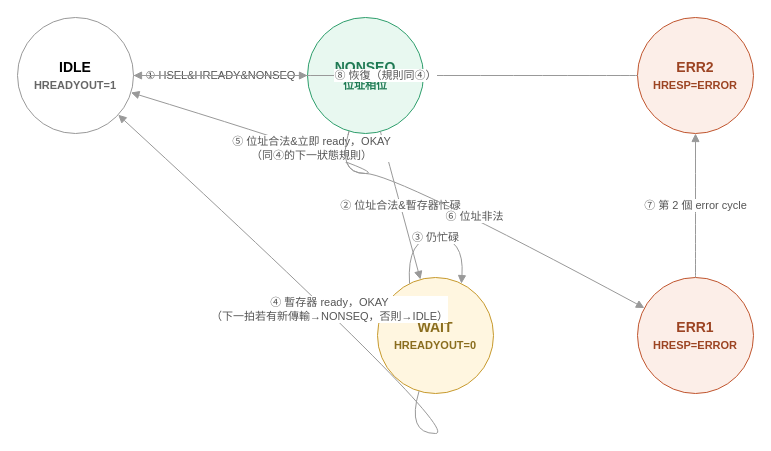
Above: Upload/ahb_slave_fsm.drawio in shj-F115112128/SOC_Practice (draw.io), before the change. Source tidied: cells renumbered, new cells numbered last; positions are measured from the earlier drawing's top-left corner, leaving out a move shared by most shapes. Both pictures are drawn from the tidied source at 100%, with x=0, y=0 at pixel (17, 17).
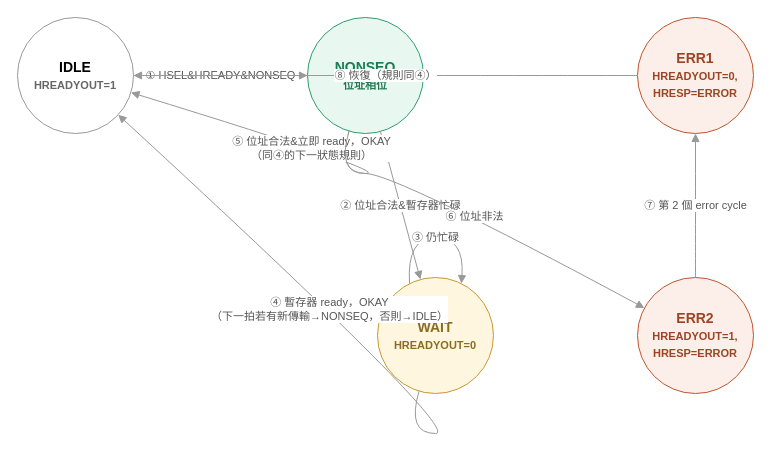
Above is the later version.

Commit message (it also covers changes not shown here):
Fix ERR1/ERR2 order in ahb_slave_fsm to match the VHDL

The diagram had NONSEQ -> ERR2 -> ERR1 -> IDLE; the actual RTL
(rtl/ahb_uart_slave_wrapper.vhd) is NONSEQ -> ERR1 -> ERR2 -> IDLE.
Swapped the two states' labels (and added HREADYOUT=0/1 to their
subtitles to distinguish the two error cycles) so the diagram matches
the implementation.

Diff of the diagram source:
```diff
@@
-    <mxCell id="5" value="ERR1&#10;&lt;font style=&quot;font-size:11px&quot; color=&quot;#9C4423&quot;&gt;HRESP=ERROR&lt;/font&gt;" style="ellipse;whiteSpace=wrap;html=1;fillColor=#FCEEE8;strokeColor=#C0552E;fontColor=#9C4423;fontSize=14;fontStyle=1;" parent="1" vertex="1">
+    <mxCell id="5" value="ERR2&#10;&lt;font style=&quot;font-size:11px&quot; color=&quot;#9C4423&quot;&gt;HREADYOUT=1, HRESP=ERROR&lt;/font&gt;" style="ellipse;whiteSpace=wrap;html=1;fillColor=#FCEEE8;strokeColor=#C0552E;fontColor=#9C4423;fontSize=14;fontStyle=1;" parent="1" vertex="1">
       <mxGeometry x="620" y="260" width="116" height="116" as="geometry" />
     </mxCell>
-    <mxCell id="6" value="ERR2&#10;&lt;font style=&quot;font-size:11px&quot; color=&quot;#9C4423&quot;&gt;HRESP=ERROR&lt;/font&gt;" style="ellipse;whiteSpace=wrap;html=1;fillColor=#FCEEE8;strokeColor=#C0552E;fontColor=#9C4423;fontSize=14;fontStyle=1;" parent="1" vertex="1">
+    <mxCell id="6" value="ERR1&#10;&lt;font style=&quot;font-size:11px&quot; color=&quot;#9C4423&quot;&gt;HREADYOUT=0, HRESP=ERROR&lt;/font&gt;" style="ellipse;whiteSpace=wrap;html=1;fillColor=#FCEEE8;strokeColor=#C0552E;fontColor=#9C4423;fontSize=14;fontStyle=1;" parent="1" vertex="1">
       <mxGeometry x="620" width="116" height="116" as="geometry" />
     </mxCell>
```
